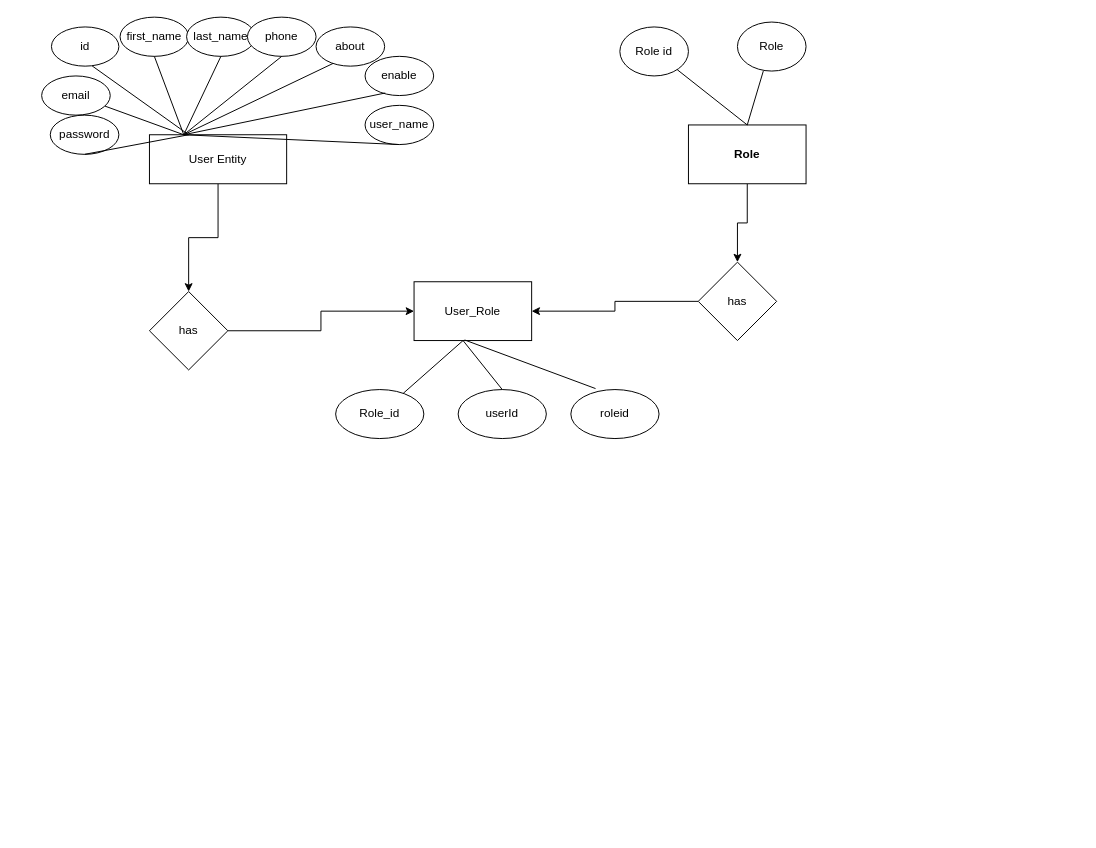
Above: examportal.drawio in LalitMathariya/Examportal (draw.io), before the change. Source tidied: cells renumbered, new cells numbered last; positions are measured from the earlier drawing's top-left corner, leaving out a move shared by most shapes. Both pictures are drawn from the tidied source at 98%, with x=0, y=0 at pixel (41, 17).
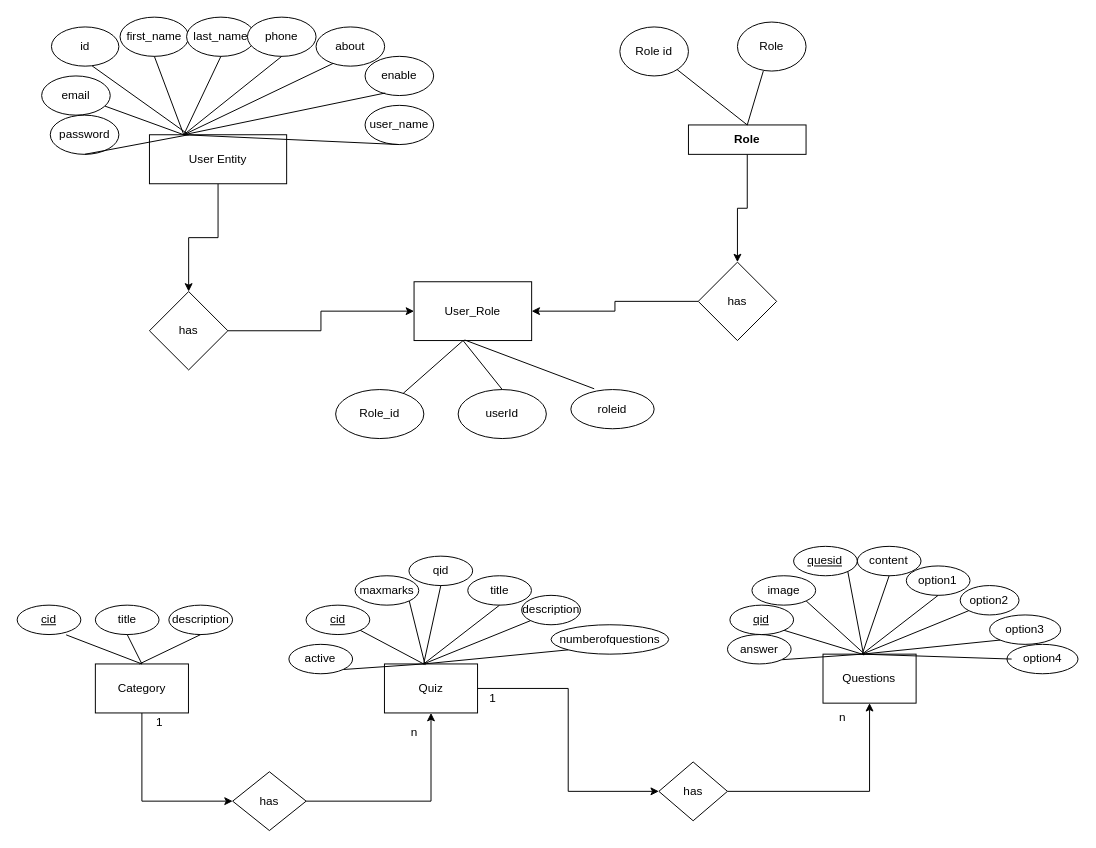
After the change.

Change to the diagram source:
```diff
@@
     <mxCell id="23" value="Role" style="rounded=0;whiteSpace=wrap;html=1;fontFamily=Helvetica;fontStyle=1;" parent="1" vertex="1">
-      <mxGeometry x="660" y="110" width="120" height="60" as="geometry" />
+      <mxGeometry x="660" y="110" width="120" height="30" as="geometry" />
     </mxCell>
@@
     <mxCell id="31" value="roleid" style="ellipse;whiteSpace=wrap;html=1;fontFamily=Helvetica;" parent="1" vertex="1">
-      <mxGeometry x="540" y="380" width="90" height="50" as="geometry" />
+      <mxGeometry x="540" y="380" width="85" height="40" as="geometry" />
     </mxCell>
@@
+    <mxCell id="39" style="edgeStyle=orthogonalEdgeStyle;rounded=0;jettySize=auto;html=1;entryX=0;entryY=0.5;entryDx=0;entryDy=0;" parent="1" edge="1" source="40" target="64">
+      <mxGeometry relative="1" as="geometry">
+        <Array as="points">
+          <mxPoint x="101.8" y="800" />
+        </Array>
+      </mxGeometry>
+    </mxCell>
+    <mxCell id="40" value="Category" style="rounded=0;whiteSpace=wrap;html=1;" parent="1" vertex="1">
+      <mxGeometry x="54.8" y="660" width="95" height="50" as="geometry" />
+    </mxCell>
+    <mxCell id="41" style="edgeStyle=orthogonalEdgeStyle;rounded=0;jettySize=auto;html=1;entryX=0;entryY=0.5;entryDx=0;entryDy=0;" parent="1" edge="1" source="42" target="83">
+      <mxGeometry relative="1" as="geometry" />
+    </mxCell>
+    <mxCell id="42" value="Quiz" style="rounded=0;whiteSpace=wrap;html=1;" parent="1" vertex="1">
+      <mxGeometry x="349.8" y="660" width="95" height="50" as="geometry" />
+    </mxCell>
+    <mxCell id="43" value="cid" style="ellipse;whiteSpace=wrap;html=1;fontStyle=4;" parent="1" vertex="1">
+      <mxGeometry x="-25" y="600" width="65" height="30" as="geometry" />
+    </mxCell>
+    <mxCell id="44" value="title" style="ellipse;whiteSpace=wrap;html=1;" parent="1" vertex="1">
+      <mxGeometry x="54.8" y="600" width="65" height="30" as="geometry" />
+    </mxCell>
+    <mxCell id="45" value="description" style="ellipse;whiteSpace=wrap;html=1;" parent="1" vertex="1">
+      <mxGeometry x="129.8" y="600" width="65" height="30" as="geometry" />
+    </mxCell>
+    <mxCell id="46" style="endArrow=none;html=1;rounded=0;entryX=1;entryY=1;entryDx=0;entryDy=0;" parent="1" edge="1" target="53">
+      <mxGeometry relative="1" as="geometry">
+        <mxPoint x="389.8" y="660" as="sourcePoint" />
+      </mxGeometry>
+    </mxCell>
+    <mxCell id="47" style="endArrow=none;html=1;rounded=0;entryX=0.5;entryY=1;entryDx=0;entryDy=0;" parent="1" edge="1" target="45">
+      <mxGeometry relative="1" as="geometry">
+        <mxPoint x="99.8" y="660" as="sourcePoint" />
+      </mxGeometry>
+    </mxCell>
+    <mxCell id="48" style="endArrow=none;html=1;rounded=0;exitX=0.5;exitY=0;exitDx=0;exitDy=0;entryX=0.5;entryY=1;entryDx=0;entryDy=0;" parent="1" edge="1" source="40" target="44">
+      <mxGeometry relative="1" as="geometry" />
+    </mxCell>
+    <mxCell id="49" style="endArrow=none;html=1;rounded=0;exitX=0.5;exitY=0;exitDx=0;exitDy=0;entryX=0.618;entryY=1.009;entryDx=0;entryDy=0;entryPerimeter=0;" parent="1" edge="1" source="40">
+      <mxGeometry relative="1" as="geometry">
+        <mxPoint x="25" y="630.3" as="targetPoint" />
+      </mxGeometry>
+    </mxCell>
+    <mxCell id="50" value="qid" style="ellipse;whiteSpace=wrap;html=1;" parent="1" vertex="1">
+      <mxGeometry x="374.8" y="550" width="65" height="30" as="geometry" />
+    </mxCell>
+    <mxCell id="51" value="title" style="ellipse;whiteSpace=wrap;html=1;" parent="1" vertex="1">
+      <mxGeometry x="434.8" y="570" width="65" height="30" as="geometry" />
+    </mxCell>
+    <mxCell id="52" value="description" style="ellipse;whiteSpace=wrap;html=1;" parent="1" vertex="1">
+      <mxGeometry x="489.8" y="590" width="60" height="30" as="geometry" />
+    </mxCell>
+    <mxCell id="53" value="active" style="ellipse;whiteSpace=wrap;html=1;" parent="1" vertex="1">
+      <mxGeometry x="252.3" y="640" width="65" height="30" as="geometry" />
+    </mxCell>
+    <mxCell id="54" value="maxmarks" style="ellipse;whiteSpace=wrap;html=1;" parent="1" vertex="1">
+      <mxGeometry x="319.8" y="570" width="65" height="30" as="geometry" />
+    </mxCell>
+    <mxCell id="55" value="cid" style="ellipse;whiteSpace=wrap;html=1;fontStyle=4;" parent="1" vertex="1">
+      <mxGeometry x="269.8" y="600" width="65" height="30" as="geometry" />
+    </mxCell>
+    <mxCell id="56" value="numberofquestions" style="ellipse;whiteSpace=wrap;html=1;" parent="1" vertex="1">
+      <mxGeometry x="519.8" y="620" width="120" height="30" as="geometry" />
+    </mxCell>
+    <mxCell id="57" style="endArrow=none;html=1;rounded=0;entryX=1;entryY=1;entryDx=0;entryDy=0;" parent="1" edge="1" target="55">
+      <mxGeometry relative="1" as="geometry">
+        <mxPoint x="389.8" y="660" as="sourcePoint" />
+      </mxGeometry>
+    </mxCell>
+    <mxCell id="58" style="endArrow=none;html=1;rounded=0;entryX=1;entryY=1;entryDx=0;entryDy=0;exitX=0.437;exitY=0.023;exitDx=0;exitDy=0;exitPerimeter=0;" parent="1" edge="1" source="42" target="54">
+      <mxGeometry relative="1" as="geometry" />
+    </mxCell>
+    <mxCell id="59" style="endArrow=none;html=1;rounded=0;entryX=0.5;entryY=1;entryDx=0;entryDy=0;" parent="1" edge="1" target="50">
+      <mxGeometry relative="1" as="geometry">
+        <mxPoint x="389.8" y="660" as="sourcePoint" />
+      </mxGeometry>
+    </mxCell>
+    <mxCell id="60" style="endArrow=none;html=1;rounded=0;entryX=0.5;entryY=1;entryDx=0;entryDy=0;" parent="1" edge="1" target="51">
+      <mxGeometry relative="1" as="geometry">
+        <mxPoint x="389.8" y="660" as="sourcePoint" />
+      </mxGeometry>
+    </mxCell>
+    <mxCell id="61" style="endArrow=none;html=1;rounded=0;entryX=0;entryY=1;entryDx=0;entryDy=0;" parent="1" edge="1" target="52">
+      <mxGeometry relative="1" as="geometry">
+        <mxPoint x="389.8" y="660" as="sourcePoint" />
+      </mxGeometry>
+    </mxCell>
+    <mxCell id="62" style="endArrow=none;html=1;rounded=0;entryX=0;entryY=1;entryDx=0;entryDy=0;" parent="1" edge="1" target="56">
+      <mxGeometry relative="1" as="geometry">
+        <mxPoint x="389.8" y="660" as="sourcePoint" />
+      </mxGeometry>
+    </mxCell>
+    <mxCell id="63" style="edgeStyle=orthogonalEdgeStyle;rounded=0;jettySize=auto;html=1;entryX=0.5;entryY=1;entryDx=0;entryDy=0;" parent="1" edge="1" source="64" target="42">
+      <mxGeometry relative="1" as="geometry" />
+    </mxCell>
+    <mxCell id="64" value="has" style="rhombus;whiteSpace=wrap;html=1;" parent="1" vertex="1">
+      <mxGeometry x="194.9" y="770" width="75" height="60" as="geometry" />
+    </mxCell>
+    <mxCell id="65" value="1" style="text;html=1;align=center;verticalAlign=middle;strokeColor=none;fillColor=none;" parent="1" vertex="1">
+      <mxGeometry x="104.8" y="705" width="30" height="30" as="geometry" />
+    </mxCell>
+    <mxCell id="66" value="n" style="text;html=1;align=center;verticalAlign=middle;strokeColor=none;fillColor=none;" parent="1" vertex="1">
+      <mxGeometry x="364.8" y="715" width="30" height="30" as="geometry" />
+    </mxCell>
+    <mxCell id="67" value="Questions" style="rounded=0;whiteSpace=wrap;html=1;" parent="1" vertex="1">
+      <mxGeometry x="797.3" y="650" width="95" height="50" as="geometry" />
+    </mxCell>
+    <mxCell id="68" style="endArrow=none;html=1;rounded=0;entryX=1;entryY=1;entryDx=0;entryDy=0;" parent="1" edge="1" target="72">
+      <mxGeometry relative="1" as="geometry">
+        <mxPoint x="837.3" y="650" as="sourcePoint" />
+      </mxGeometry>
+    </mxCell>
+    <mxCell id="69" value="content" style="ellipse;whiteSpace=wrap;html=1;" parent="1" vertex="1">
+      <mxGeometry x="832.3" y="540" width="65" height="30" as="geometry" />
+    </mxCell>
+    <mxCell id="70" value="option1" style="ellipse;whiteSpace=wrap;html=1;" parent="1" vertex="1">
+      <mxGeometry x="882.3" y="560" width="65" height="30" as="geometry" />
+    </mxCell>
+    <mxCell id="71" value="option2" style="ellipse;whiteSpace=wrap;html=1;" parent="1" vertex="1">
+      <mxGeometry x="937.3" y="580" width="60" height="30" as="geometry" />
+    </mxCell>
+    <mxCell id="72" value="answer" style="ellipse;whiteSpace=wrap;html=1;" parent="1" vertex="1">
+      <mxGeometry x="699.8" y="630" width="65" height="30" as="geometry" />
+    </mxCell>
+    <mxCell id="73" value="quesid" style="ellipse;whiteSpace=wrap;html=1;fontStyle=4;" parent="1" vertex="1">
+      <mxGeometry x="767.3" y="540" width="65" height="30" as="geometry" />
+    </mxCell>
+    <mxCell id="74" value="qid" style="ellipse;whiteSpace=wrap;html=1;fontStyle=4;" parent="1" vertex="1">
+      <mxGeometry x="702.3" y="600" width="65" height="30" as="geometry" />
+    </mxCell>
+    <mxCell id="75" value="option3" style="ellipse;whiteSpace=wrap;html=1;" parent="1" vertex="1">
+      <mxGeometry x="967.3" y="610" width="72.5" height="30" as="geometry" />
+    </mxCell>
+    <mxCell id="76" style="endArrow=none;html=1;rounded=0;entryX=1;entryY=1;entryDx=0;entryDy=0;" parent="1" edge="1" target="74">
+      <mxGeometry relative="1" as="geometry">
+        <mxPoint x="837.3" y="650" as="sourcePoint" />
+      </mxGeometry>
+    </mxCell>
+    <mxCell id="77" style="endArrow=none;html=1;rounded=0;entryX=1;entryY=1;entryDx=0;entryDy=0;exitX=0.437;exitY=0.023;exitDx=0;exitDy=0;exitPerimeter=0;" parent="1" edge="1" source="67" target="73">
+      <mxGeometry relative="1" as="geometry" />
+    </mxCell>
+    <mxCell id="78" style="endArrow=none;html=1;rounded=0;entryX=0.5;entryY=1;entryDx=0;entryDy=0;" parent="1" edge="1" target="69">
+      <mxGeometry relative="1" as="geometry">
+        <mxPoint x="837.3" y="650" as="sourcePoint" />
+      </mxGeometry>
+    </mxCell>
+    <mxCell id="79" style="endArrow=none;html=1;rounded=0;entryX=0.5;entryY=1;entryDx=0;entryDy=0;" parent="1" edge="1" target="70">
+      <mxGeometry relative="1" as="geometry">
+        <mxPoint x="837.3" y="650" as="sourcePoint" />
+      </mxGeometry>
+    </mxCell>
+    <mxCell id="80" style="endArrow=none;html=1;rounded=0;entryX=0;entryY=1;entryDx=0;entryDy=0;" parent="1" edge="1" target="71">
+      <mxGeometry relative="1" as="geometry">
+        <mxPoint x="837.3" y="650" as="sourcePoint" />
+      </mxGeometry>
+    </mxCell>
+    <mxCell id="81" style="endArrow=none;html=1;rounded=0;entryX=0;entryY=1;entryDx=0;entryDy=0;" parent="1" edge="1" target="75">
+      <mxGeometry relative="1" as="geometry">
+        <mxPoint x="837.3" y="650" as="sourcePoint" />
+      </mxGeometry>
+    </mxCell>
+    <mxCell id="82" style="edgeStyle=orthogonalEdgeStyle;rounded=0;jettySize=auto;html=1;entryX=0.5;entryY=1;entryDx=0;entryDy=0;" parent="1" edge="1" source="83" target="67">
+      <mxGeometry relative="1" as="geometry" />
+    </mxCell>
+    <mxCell id="83" value="has" style="rhombus;whiteSpace=wrap;html=1;" parent="1" vertex="1">
+      <mxGeometry x="629.8" y="760" width="70" height="60" as="geometry" />
+    </mxCell>
+    <mxCell id="84" value="1" style="text;html=1;align=center;verticalAlign=middle;strokeColor=none;fillColor=none;" parent="1" vertex="1">
+      <mxGeometry x="444.8" y="680" width="30" height="30" as="geometry" />
+    </mxCell>
+    <mxCell id="85" value="n" style="text;html=1;align=center;verticalAlign=middle;strokeColor=none;fillColor=none;" parent="1" vertex="1">
+      <mxGeometry x="802.3" y="700" width="30" height="30" as="geometry" />
+    </mxCell>
+    <mxCell id="86" value="option4" style="ellipse;whiteSpace=wrap;html=1;" parent="1" vertex="1">
+      <mxGeometry x="985" y="640" width="72.5" height="30" as="geometry" />
+    </mxCell>
+    <mxCell id="87" style="endArrow=none;html=1;rounded=0;entryX=0;entryY=0.5;entryDx=0;entryDy=0;" parent="1" edge="1">
+      <mxGeometry relative="1" as="geometry">
+        <mxPoint x="837.3" y="650" as="sourcePoint" />
+        <mxPoint x="989.8" y="655" as="targetPoint" />
+      </mxGeometry>
+    </mxCell>
+    <mxCell id="88" value="image" style="ellipse;whiteSpace=wrap;html=1;" parent="1" vertex="1">
+      <mxGeometry x="724.8" y="570" width="65" height="30" as="geometry" />
+    </mxCell>
+    <mxCell id="89" style="endArrow=none;html=1;rounded=0;entryX=1;entryY=1;entryDx=0;entryDy=0;" parent="1" edge="1" target="88">
+      <mxGeometry relative="1" as="geometry">
+        <mxPoint x="839.8" y="650" as="sourcePoint" />
+      </mxGeometry>
+    </mxCell>
```
